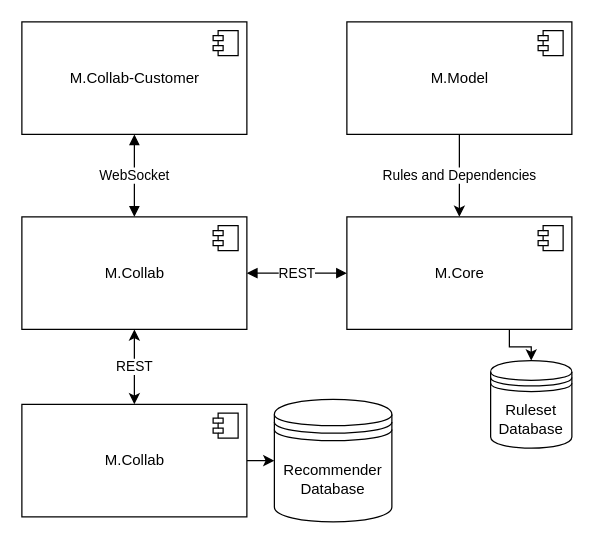
This is Additional_Notes/draw.io/MerlinCollabRecommender.drawio from 13hannes11/bachelor_thesis, a draw.io file, before an edit. Source tidied: cells renumbered, new cells numbered last; positions are measured from the earlier drawing's top-left corner, leaving out a move shared by most shapes. Both pictures are drawn from the tidied source at 125%, with x=0, y=0 at pixel (21, 21).
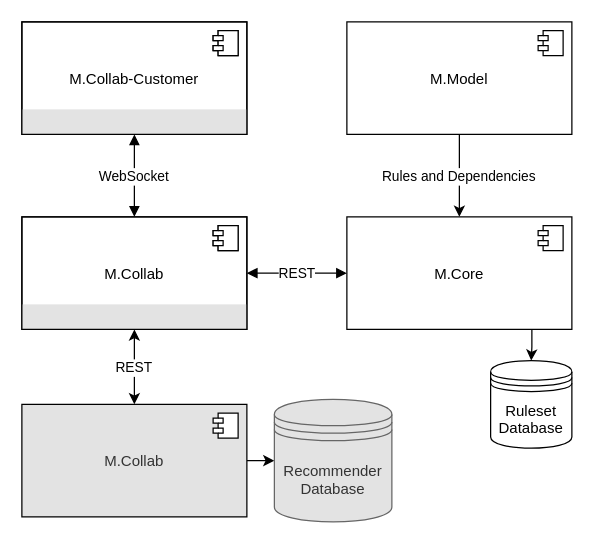
Above is the later version.

Commit message (it also covers changes not shown here):
improve figure, caption and labels of architecture

The edit, as a diff of the source:
```diff
@@
-<mxGraphModel>
+<mxGraphModel background="#ffffff">
@@
-    <mxCell id="2" value="Rules and Dependencies" style="edgeStyle=orthogonalEdgeStyle;rounded=0;jettySize=auto;html=1;" parent="1" edge="1" source="3" target="9">
+    <mxCell id="2" value="Rules and Dependencies" style="edgeStyle=orthogonalEdgeStyle;rounded=0;jettySize=auto;" parent="1" edge="1" source="3" target="9">
       <mxGeometry x="-0.01" relative="1" as="geometry" />
     </mxCell>
-    <mxCell id="3" value="M.Model" style="html=1;" parent="1" vertex="1">
+    <mxCell id="3" value="M.Model" parent="1" vertex="1">
       <mxGeometry x="260" width="180" height="90" as="geometry" />
     </mxCell>
@@
-    <mxCell id="5" value="REST" style="edgeStyle=orthogonalEdgeStyle;rounded=0;jettySize=auto;html=1;exitX=0.5;exitY=0;exitDx=0;exitDy=0;entryX=0.5;entryY=1;entryDx=0;entryDy=0;startArrow=classic;startFill=1;" parent="1" edge="1" source="17" target="6">
+    <mxCell id="5" value="REST" style="edgeStyle=orthogonalEdgeStyle;rounded=0;jettySize=auto;exitX=0.5;exitY=0;exitDx=0;exitDy=0;entryX=0.5;entryY=1;entryDx=0;entryDy=0;startArrow=classic;startFill=1;" parent="1" edge="1" source="17" target="6">
       <mxGeometry relative="1" as="geometry" />
     </mxCell>
-    <mxCell id="6" value="M.Collab" style="html=1;" parent="1" vertex="1">
+    <mxCell id="6" value="M.Collab" style="gradientColor=none;shadow=0;glass=0;fillColor=#ffffff;fontColor=#000000;noLabel=1;" parent="1" vertex="1">
       <mxGeometry y="156" width="180" height="90" as="geometry" />
     </mxCell>
@@
+    <mxCell id="20" style="rounded=0;shadow=0;glass=0;comic=0;strokeColor=none;fillColor=#E3E3E3;gradientColor=none;" parent="6" vertex="1">
+      <mxGeometry y="70" width="180" height="20" as="geometry" />
+    </mxCell>
     <mxCell id="8" style="edgeStyle=orthogonalEdgeStyle;rounded=0;jettySize=auto;html=1;exitX=0.5;exitY=1;exitDx=0;exitDy=0;entryX=0.5;entryY=0;entryDx=0;entryDy=0;" parent="1" edge="1" source="9" target="11">
       <mxGeometry relative="1" as="geometry">
         <Array as="points">
-          <mxPoint x="390" y="246" />
-          <mxPoint x="390" y="260" />
+          <mxPoint x="408" y="246" />
           <mxPoint x="408" y="260" />
         </Array>
       </mxGeometry>
     </mxCell>
-    <mxCell id="9" value="M.Core" style="html=1;" parent="1" vertex="1">
+    <mxCell id="9" value="M.Core" parent="1" vertex="1">
       <mxGeometry x="260" y="156" width="180" height="90" as="geometry" />
     </mxCell>
@@
-    <mxCell id="11" value="Ruleset Database" style="shape=datastore;whiteSpace=wrap;html=1;" parent="1" vertex="1">
+    <mxCell id="11" value="Ruleset&#10;Database" style="shape=datastore;" parent="1" vertex="1">
       <mxGeometry x="375" y="271" width="65" height="70" as="geometry" />
     </mxCell>
@@
-    <mxCell id="13" value="M.Collab-Customer" style="html=1;" parent="1" vertex="1">
+    <mxCell id="13" value="M.Collab-Customer" style="noLabel=1;" parent="1" vertex="1">
       <mxGeometry width="180" height="90" as="geometry" />
     </mxCell>
@@
+    <mxCell id="21" style="rounded=0;html=1;shadow=0;glass=0;comic=0;strokeColor=none;fillColor=#E3E3E3;gradientColor=none;" parent="13" vertex="1">
+      <mxGeometry y="70" width="180" height="20" as="geometry" />
+    </mxCell>
-    <mxCell id="15" value="WebSocket" style="endArrow=block;startArrow=block;endFill=1;startFill=1;html=1;entryX=0.5;entryY=0;entryDx=0;entryDy=0;exitX=0.5;exitY=1;exitDx=0;exitDy=0;" parent="1" edge="1" source="13" target="6">
+    <mxCell id="15" value="WebSocket" style="endArrow=block;startArrow=block;endFill=1;startFill=1;entryX=0.5;entryY=0;entryDx=0;entryDy=0;exitX=0.5;exitY=1;exitDx=0;exitDy=0;" parent="1" edge="1" source="13" target="6">
       <mxGeometry relative="1" as="geometry" />
     </mxCell>
@@
-    <mxCell id="17" value="M.Collab" style="html=1;" parent="1" vertex="1">
+    <mxCell id="17" value="M.Collab" style="comic=0;shadow=0;rounded=0;glass=0;fillColor=#E3E3E3;strokeColor=#000000;fontColor=#333333;noLabel=0;" parent="1" vertex="1">
       <mxGeometry y="306" width="180" height="90" as="geometry" />
     </mxCell>
@@
-    <mxCell id="19" value="Recommender Database" style="shape=datastore;whiteSpace=wrap;html=1;" parent="1" vertex="1">
+    <mxCell id="19" value="Recommender&#10;Database" style="shape=datastore;fillColor=#E3E3E3;strokeColor=#666666;fontColor=#333333;" parent="1" vertex="1">
       <mxGeometry x="202" y="302" width="94" height="98" as="geometry" />
     </mxCell>
+    <mxCell id="22" value="M.Collab" style="gradientColor=none;shadow=0;glass=0;fillColor=none;fontColor=#000000;noLabel=0;" parent="1" vertex="1">
+      <mxGeometry y="156" width="180" height="90" as="geometry" />
+    </mxCell>
+    <mxCell id="23" style="shape=component;jettyWidth=8;jettyHeight=4;" parent="22" vertex="1">
+      <mxGeometry x="1" width="20" height="20" relative="1" as="geometry">
+        <mxPoint x="-27" y="7" as="offset" />
+      </mxGeometry>
+    </mxCell>
+    <mxCell id="24" value="M.Collab-Customer" style="noLabel=0;fillColor=none;" parent="1" vertex="1">
+      <mxGeometry width="180" height="90" as="geometry" />
+    </mxCell>
+    <mxCell id="25" style="shape=component;jettyWidth=8;jettyHeight=4;" parent="24" vertex="1">
+      <mxGeometry x="1" width="20" height="20" relative="1" as="geometry">
+        <mxPoint x="-27" y="7" as="offset" />
+      </mxGeometry>
+    </mxCell>
```
